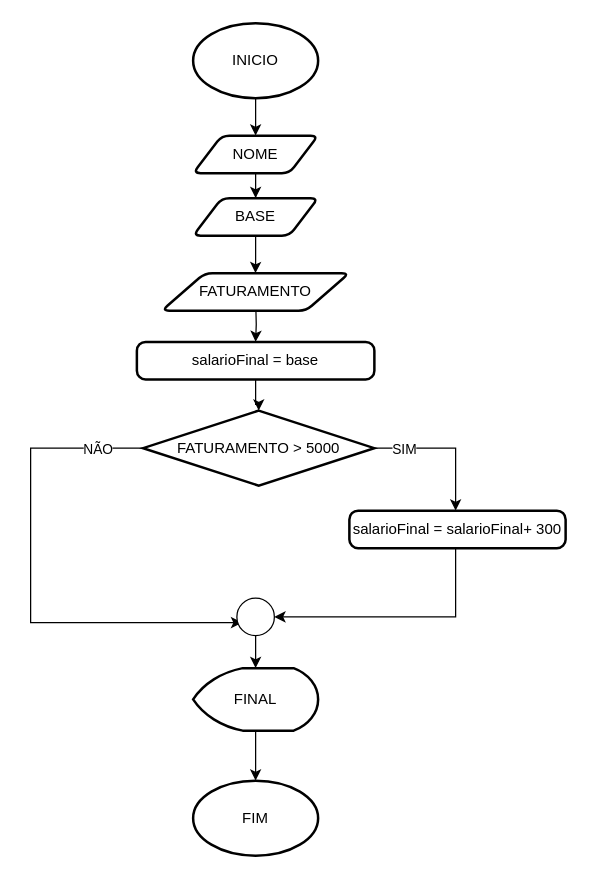
gabriel-carvalhos/fluxogramas-bootcamp-cdb keeps this draw.io diagram as Fluxo_Semana2_06.drawio. Above is the earlier version. Source tidied: cells renumbered, new cells numbered last; positions are measured from the earlier drawing's top-left corner, leaving out a move shared by most shapes. Both pictures are drawn from the tidied source at 125%, with x=0, y=0 at pixel (30, 22).
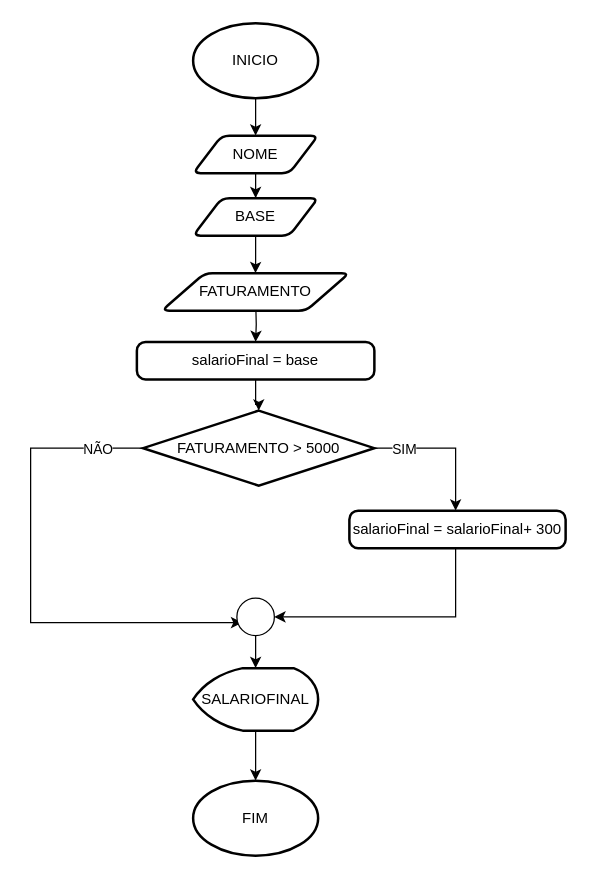
The same diagram, later.

The edit, as a diff of the source:
```diff
@@
-    <mxCell id="23" value="FINAL" style="strokeWidth=2;html=1;shape=mxgraph.flowchart.display;whiteSpace=wrap;" parent="1" vertex="1">
+    <mxCell id="23" value="SALARIOFINAL" style="strokeWidth=2;html=1;shape=mxgraph.flowchart.display;whiteSpace=wrap;" parent="1" vertex="1">
       <mxGeometry x="130" y="516" width="100" height="50" as="geometry" />
     </mxCell>
```
